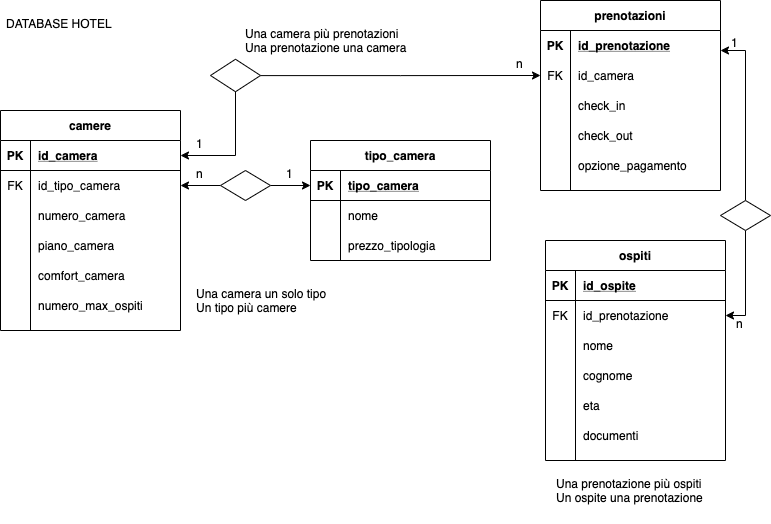
Above: diagramma.png in ValentinaNovarino/db-first (draw.io), before the change. Source tidied: cells renumbered, new cells last; positions are measured from the earlier drawing's top-left corner, leaving out a move shared by most shapes.
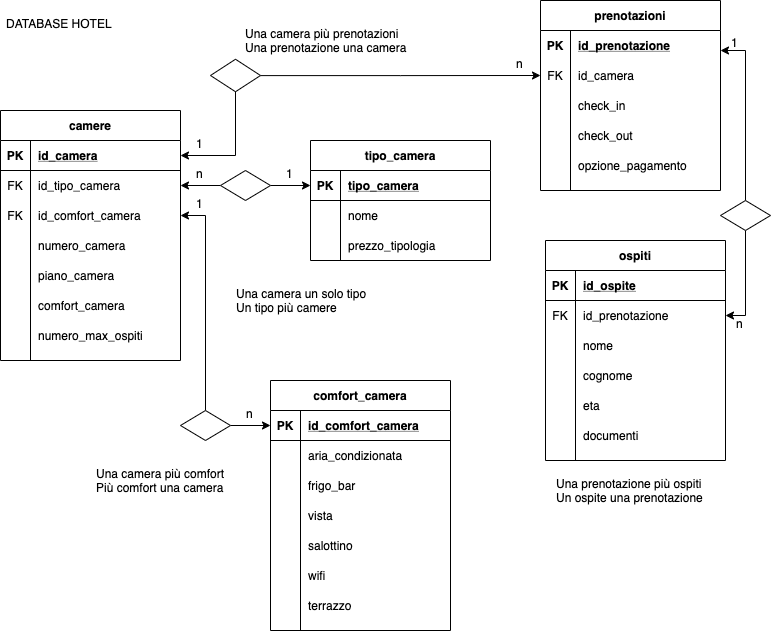
Later version of the same file.

Commit message:
aggiunto relazioni

The edit, as a diff of the source:
```diff
@@ -3,7 +3,7 @@
     <mxCell id="0" />
     <mxCell id="1" parent="0" />
     <mxCell id="2" value="camere" style="shape=table;startSize=30;rowLines=0;fontStyle=1;align=center;" parent="1" vertex="1">
-      <mxGeometry y="110" width="180" height="220" as="geometry" />
+      <mxGeometry y="110" width="180" height="250" as="geometry" />
     </mxCell>
     <mxCell id="3" style="shape=partialRectangle;fillColor=none;top=0;left=0;bottom=1;right=0;points=[[0,0.5],[1,0.5]];portConstraint=eastwest;" parent="2" vertex="1">
       <mxGeometry y="30" width="180" height="30" as="geometry" />
@@ -23,8 +23,17 @@
     <mxCell id="8" value="id_tipo_camera" style="shape=partialRectangle;fillColor=none;top=0;left=0;bottom=0;right=0;align=left;spacingLeft=6;fontStyle=0;overflow=hidden;" parent="6" vertex="1">
       <mxGeometry x="30" width="150" height="30" as="geometry" />
     </mxCell>
+    <mxCell id="85" style="shape=partialRectangle;fillColor=none;top=0;left=0;bottom=0;right=0;points=[[0,0.5],[1,0.5]];portConstraint=eastwest;" parent="2" vertex="1">
+      <mxGeometry y="90" width="180" height="30" as="geometry" />
+    </mxCell>
+    <mxCell id="86" value="FK" style="shape=partialRectangle;fillColor=none;top=0;left=0;bottom=0;right=0;fontStyle=0;overflow=hidden;" parent="85" vertex="1">
+      <mxGeometry width="30" height="30" as="geometry" />
+    </mxCell>
+    <mxCell id="87" value="id_comfort_camera" style="shape=partialRectangle;fillColor=none;top=0;left=0;bottom=0;right=0;align=left;spacingLeft=6;fontStyle=0;overflow=hidden;" parent="85" vertex="1">
+      <mxGeometry x="30" width="150" height="30" as="geometry" />
+    </mxCell>
     <mxCell id="9" style="shape=partialRectangle;fillColor=none;top=0;left=0;bottom=0;right=0;" parent="2" vertex="1">
-      <mxGeometry y="90" width="180" height="30" as="geometry" />
+      <mxGeometry y="120" width="180" height="30" as="geometry" />
     </mxCell>
     <mxCell id="10" style="shape=partialRectangle;fillColor=none;top=0;left=0;bottom=0;right=0;overflow=hidden;" parent="9" vertex="1">
       <mxGeometry width="30" height="30" as="geometry" />
@@ -33,7 +42,7 @@
       <mxGeometry x="30" width="150" height="30" as="geometry" />
     </mxCell>
     <mxCell id="12" style="shape=partialRectangle;fillColor=none;top=0;left=0;bottom=0;right=0;" parent="2" vertex="1">
-      <mxGeometry y="120" width="180" height="30" as="geometry" />
+      <mxGeometry y="150" width="180" height="30" as="geometry" />
     </mxCell>
     <mxCell id="13" style="shape=partialRectangle;fillColor=none;top=0;left=0;bottom=0;right=0;overflow=hidden;" parent="12" vertex="1">
       <mxGeometry width="30" height="30" as="geometry" />
@@ -42,7 +51,7 @@
       <mxGeometry x="30" width="150" height="30" as="geometry" />
     </mxCell>
     <mxCell id="15" style="shape=partialRectangle;fillColor=none;top=0;left=0;bottom=0;right=0;" parent="2" vertex="1">
-      <mxGeometry y="150" width="180" height="30" as="geometry" />
+      <mxGeometry y="180" width="180" height="30" as="geometry" />
     </mxCell>
     <mxCell id="16" style="shape=partialRectangle;fillColor=none;top=0;left=0;bottom=0;right=0;overflow=hidden;" parent="15" vertex="1">
       <mxGeometry width="30" height="30" as="geometry" />
@@ -51,7 +60,7 @@
       <mxGeometry x="30" width="150" height="30" as="geometry" />
     </mxCell>
     <mxCell id="18" style="shape=partialRectangle;fillColor=none;top=0;left=0;bottom=0;right=0;" parent="2" vertex="1">
-      <mxGeometry y="180" width="180" height="30" as="geometry" />
+      <mxGeometry y="210" width="180" height="30" as="geometry" />
     </mxCell>
     <mxCell id="19" style="shape=partialRectangle;fillColor=none;top=0;left=0;bottom=0;right=0;overflow=hidden;" parent="18" vertex="1">
       <mxGeometry width="30" height="30" as="geometry" />
@@ -254,10 +263,94 @@
       <mxGeometry x="239" y="20" width="280" height="50" as="geometry" />
     </mxCell>
     <mxCell id="83" value="Una camera un solo tipo&#10;Un tipo più camere" style="text;strokeColor=none;fillColor=none;spacingLeft=4;spacingRight=4;overflow=hidden;fontSize=12;" parent="1" vertex="1">
-      <mxGeometry x="190" y="280" width="230" height="50" as="geometry" />
+      <mxGeometry x="230" y="280" width="230" height="50" as="geometry" />
     </mxCell>
     <mxCell id="84" value="Una prenotazione più ospiti&#10;Un ospite una prenotazione" style="text;strokeColor=none;fillColor=none;spacingLeft=4;spacingRight=4;overflow=hidden;fontSize=12;" parent="1" vertex="1">
       <mxGeometry x="550" y="470" width="180" height="50" as="geometry" />
     </mxCell>
+    <mxCell id="88" value="comfort_camera" style="shape=table;startSize=30;rowLines=0;fontStyle=1;align=center;" parent="1" vertex="1">
+      <mxGeometry x="270" y="380" width="180" height="250" as="geometry" />
+    </mxCell>
+    <mxCell id="89" style="shape=partialRectangle;fillColor=none;top=0;left=0;bottom=1;right=0;points=[[0,0.5],[1,0.5]];portConstraint=eastwest;" parent="88" vertex="1">
+      <mxGeometry y="30" width="180" height="30" as="geometry" />
+    </mxCell>
+    <mxCell id="90" value="PK" style="shape=partialRectangle;fillColor=none;top=0;left=0;bottom=0;right=0;fontStyle=1;overflow=hidden;" parent="89" vertex="1">
+      <mxGeometry width="30" height="30" as="geometry" />
+    </mxCell>
+    <mxCell id="91" value="id_comfort_camera" style="shape=partialRectangle;fillColor=none;top=0;left=0;bottom=0;right=0;align=left;spacingLeft=6;fontStyle=5;overflow=hidden;" parent="89" vertex="1">
+      <mxGeometry x="30" width="150" height="30" as="geometry" />
+    </mxCell>
+    <mxCell id="92" style="shape=partialRectangle;fillColor=none;top=0;left=0;bottom=0;right=0;" parent="88" vertex="1">
+      <mxGeometry y="60" width="180" height="30" as="geometry" />
+    </mxCell>
+    <mxCell id="93" style="shape=partialRectangle;fillColor=none;top=0;left=0;bottom=0;right=0;overflow=hidden;" parent="92" vertex="1">
+      <mxGeometry width="30" height="30" as="geometry" />
+    </mxCell>
+    <mxCell id="94" value="aria_condizionata" style="shape=partialRectangle;fillColor=none;top=0;left=0;bottom=0;right=0;align=left;spacingLeft=6;overflow=hidden;" parent="92" vertex="1">
+      <mxGeometry x="30" width="150" height="30" as="geometry" />
+    </mxCell>
+    <mxCell id="95" style="shape=partialRectangle;fillColor=none;top=0;left=0;bottom=0;right=0;" parent="88" vertex="1">
+      <mxGeometry y="90" width="180" height="30" as="geometry" />
+    </mxCell>
+    <mxCell id="96" style="shape=partialRectangle;fillColor=none;top=0;left=0;bottom=0;right=0;overflow=hidden;" parent="95" vertex="1">
+      <mxGeometry width="30" height="30" as="geometry" />
+    </mxCell>
+    <mxCell id="97" value="frigo_bar" style="shape=partialRectangle;fillColor=none;top=0;left=0;bottom=0;right=0;align=left;spacingLeft=6;overflow=hidden;" parent="95" vertex="1">
+      <mxGeometry x="30" width="150" height="30" as="geometry" />
+    </mxCell>
+    <mxCell id="98" style="shape=partialRectangle;fillColor=none;top=0;left=0;bottom=0;right=0;" parent="88" vertex="1">
+      <mxGeometry y="120" width="180" height="30" as="geometry" />
+    </mxCell>
+    <mxCell id="99" style="shape=partialRectangle;fillColor=none;top=0;left=0;bottom=0;right=0;overflow=hidden;" parent="98" vertex="1">
+      <mxGeometry width="30" height="30" as="geometry" />
+    </mxCell>
+    <mxCell id="100" value="vista" style="shape=partialRectangle;fillColor=none;top=0;left=0;bottom=0;right=0;align=left;spacingLeft=6;overflow=hidden;" parent="98" vertex="1">
+      <mxGeometry x="30" width="150" height="30" as="geometry" />
+    </mxCell>
+    <mxCell id="101" style="shape=partialRectangle;fillColor=none;top=0;left=0;bottom=0;right=0;" parent="88" vertex="1">
+      <mxGeometry y="150" width="180" height="30" as="geometry" />
+    </mxCell>
+    <mxCell id="102" style="shape=partialRectangle;fillColor=none;top=0;left=0;bottom=0;right=0;overflow=hidden;" parent="101" vertex="1">
+      <mxGeometry width="30" height="30" as="geometry" />
+    </mxCell>
+    <mxCell id="103" value="salottino" style="shape=partialRectangle;fillColor=none;top=0;left=0;bottom=0;right=0;align=left;spacingLeft=6;overflow=hidden;" parent="101" vertex="1">
+      <mxGeometry x="30" width="150" height="30" as="geometry" />
+    </mxCell>
+    <mxCell id="104" style="shape=partialRectangle;fillColor=none;top=0;left=0;bottom=0;right=0;" parent="88" vertex="1">
+      <mxGeometry y="180" width="180" height="30" as="geometry" />
+    </mxCell>
+    <mxCell id="105" style="shape=partialRectangle;fillColor=none;top=0;left=0;bottom=0;right=0;overflow=hidden;" parent="104" vertex="1">
+      <mxGeometry width="30" height="30" as="geometry" />
+    </mxCell>
+    <mxCell id="106" value="wifi" style="shape=partialRectangle;fillColor=none;top=0;left=0;bottom=0;right=0;align=left;spacingLeft=6;overflow=hidden;" parent="104" vertex="1">
+      <mxGeometry x="30" width="150" height="30" as="geometry" />
+    </mxCell>
+    <mxCell id="107" style="shape=partialRectangle;fillColor=none;top=0;left=0;bottom=0;right=0;" parent="88" vertex="1">
+      <mxGeometry y="210" width="180" height="30" as="geometry" />
+    </mxCell>
+    <mxCell id="108" style="shape=partialRectangle;fillColor=none;top=0;left=0;bottom=0;right=0;overflow=hidden;" parent="107" vertex="1">
+      <mxGeometry width="30" height="30" as="geometry" />
+    </mxCell>
+    <mxCell id="109" value="terrazzo" style="shape=partialRectangle;fillColor=none;top=0;left=0;bottom=0;right=0;align=left;spacingLeft=6;overflow=hidden;" parent="107" vertex="1">
+      <mxGeometry x="30" width="150" height="30" as="geometry" />
+    </mxCell>
+    <mxCell id="110" style="edgeStyle=orthogonalEdgeStyle;rounded=0;jettySize=auto;html=1;entryX=1;entryY=0.5;entryDx=0;entryDy=0;" parent="1" edge="1" source="112" target="85">
+      <mxGeometry relative="1" as="geometry" />
+    </mxCell>
+    <mxCell id="111" style="edgeStyle=orthogonalEdgeStyle;rounded=0;jettySize=auto;html=1;entryX=0;entryY=0.5;entryDx=0;entryDy=0;" parent="1" edge="1" source="112" target="89">
+      <mxGeometry relative="1" as="geometry" />
+    </mxCell>
+    <mxCell id="112" style="shape=rhombus;perimeter=rhombusPerimeter;whiteSpace=wrap;html=1;align=center;" parent="1" vertex="1">
+      <mxGeometry x="180" y="410" width="50" height="30" as="geometry" />
+    </mxCell>
+    <mxCell id="113" value="1" style="text;strokeColor=none;fillColor=none;spacingLeft=4;spacingRight=4;overflow=hidden;fontSize=12;" parent="1" vertex="1">
+      <mxGeometry x="190" y="190" width="40" height="30" as="geometry" />
+    </mxCell>
+    <mxCell id="114" value="n" style="text;strokeColor=none;fillColor=none;spacingLeft=4;spacingRight=4;overflow=hidden;fontSize=12;" parent="1" vertex="1">
+      <mxGeometry x="240" y="400" width="40" height="30" as="geometry" />
+    </mxCell>
+    <mxCell id="115" value="Una camera più comfort&#10;Più comfort una camera" style="text;strokeColor=none;fillColor=none;spacingLeft=4;spacingRight=4;overflow=hidden;fontSize=12;" parent="1" vertex="1">
+      <mxGeometry x="90" y="460" width="180" height="50" as="geometry" />
+    </mxCell>
   </root>
 </mxGraphModel>
```
